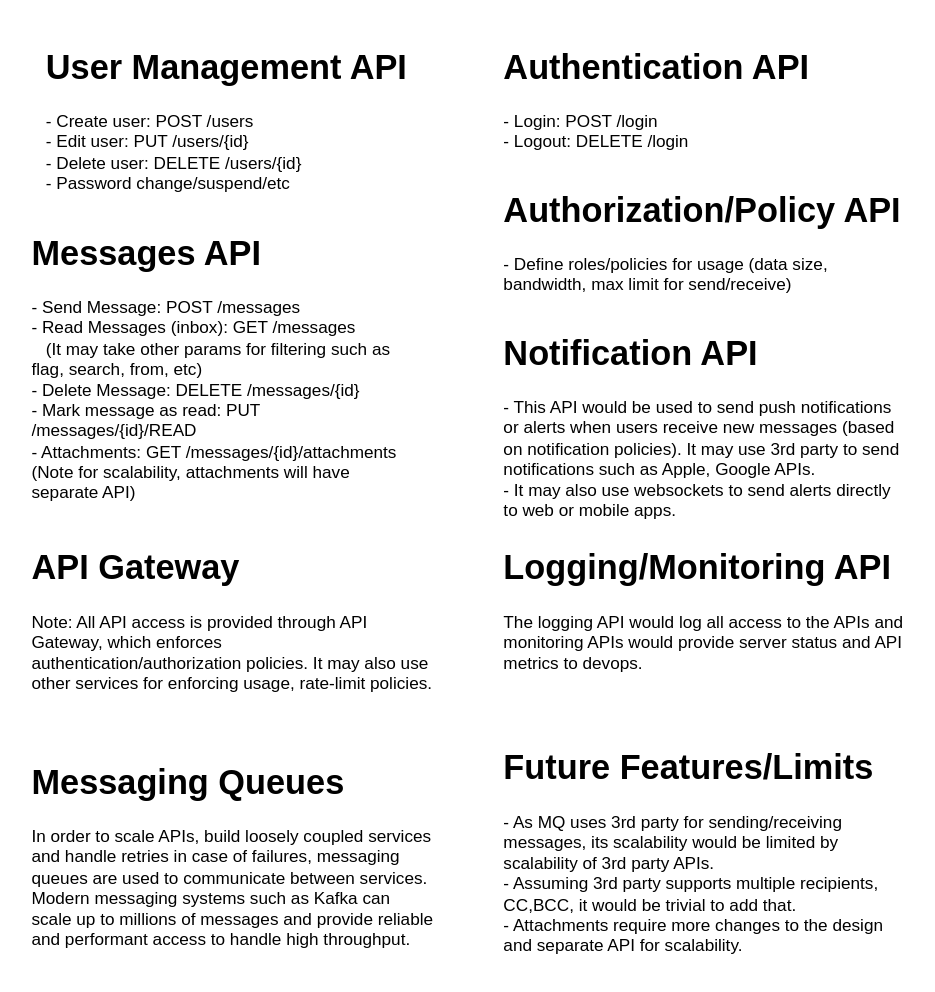
bhatti/Aeron keeps this draw.io diagram as page "API" (3 of 4) of MQ Mail.drawio. Above is the earlier version. Source tidied: cells renumbered, new cells numbered last; positions are measured from the earlier drawing's top-left corner, leaving out a move shared by most shapes. Both pictures are drawn from the tidied source at 143%, with x=0, y=0 at pixel (24, 39).
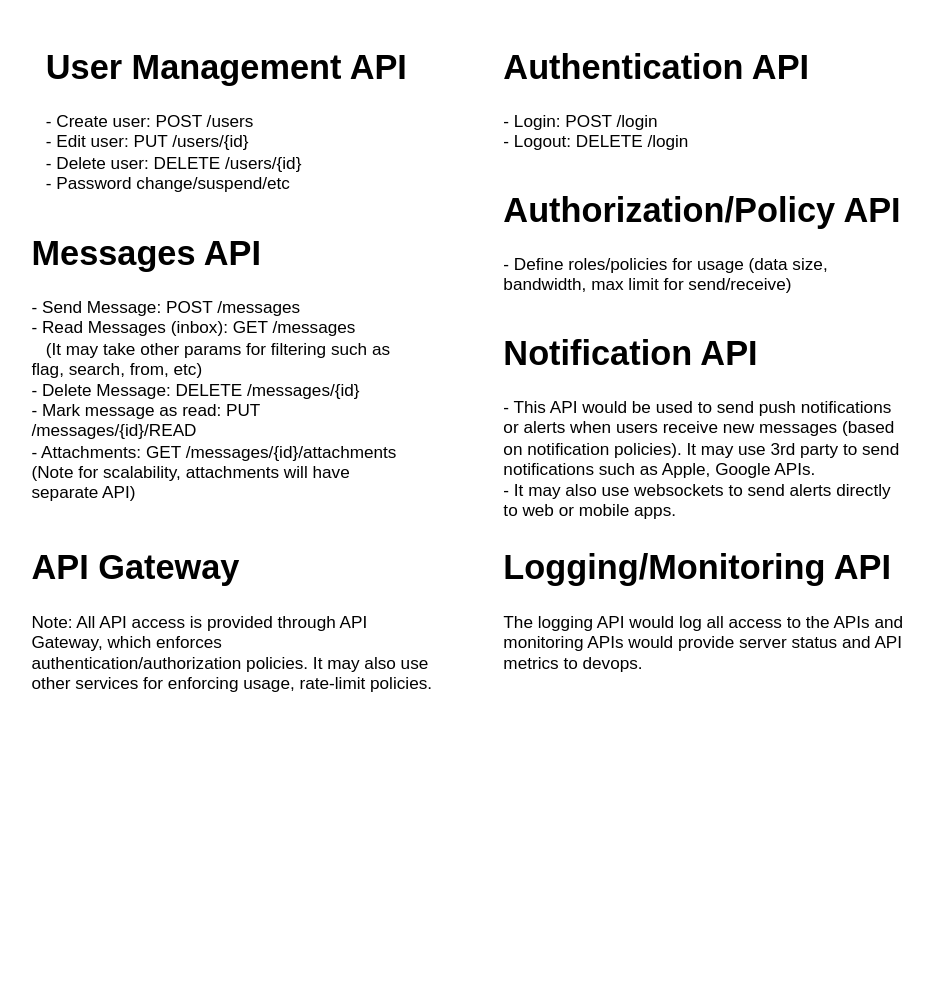
The same page after the edit.

Diff of the diagram source:
```diff
@@
 <mxGraphModel>
   <root>
     <mxCell id="0" />
     <mxCell id="1" parent="0" />
     <mxCell id="2" value="&lt;h1&gt;User Management API&lt;br&gt;&lt;/h1&gt;&lt;p&gt;- Create user: POST /users&lt;br&gt;- Edit user: PUT /users/{id}&lt;br&gt;- Delete user: DELETE /users/{id}&lt;br&gt;- Password change/suspend/etc&lt;br&gt;&lt;/p&gt;" style="text;html=1;strokeColor=none;fillColor=none;spacing=5;spacingTop=-20;whiteSpace=wrap;overflow=hidden;rounded=0;" parent="1" vertex="1">
       <mxGeometry x="10" width="270" height="120" as="geometry" />
     </mxCell>
     <mxCell id="3" value="&lt;h1&gt;Authentication API&lt;br&gt;&lt;/h1&gt;&lt;p&gt;- Login: POST /login&lt;br&gt;- Logout: DELETE /login&lt;br&gt;&lt;br&gt;&lt;/p&gt;" style="text;html=1;strokeColor=none;fillColor=none;spacing=5;spacingTop=-20;whiteSpace=wrap;overflow=hidden;rounded=0;" parent="1" vertex="1">
       <mxGeometry x="330" width="270" height="90" as="geometry" />
     </mxCell>
     <mxCell id="4" value="&lt;h1&gt;Messages API&lt;br&gt;&lt;/h1&gt;&lt;p&gt;- Send Message: POST /messages&lt;br&gt;- Read Messages (inbox): GET /messages&lt;br&gt;&amp;nbsp;&amp;nbsp; (It may take other params for filtering such as flag, search, from, etc)&lt;br&gt;- Delete Message: DELETE /messages/{id}&lt;br&gt;- Mark message as read: PUT /messages/{id}/READ&lt;br&gt;- Attachments: GET /messages/{id}/attachments&lt;br&gt;(Note for scalability, attachments will have separate API)&lt;br&gt;&lt;/p&gt;" style="text;html=1;strokeColor=none;fillColor=none;spacing=5;spacingTop=-20;whiteSpace=wrap;overflow=hidden;rounded=0;" parent="1" vertex="1">
       <mxGeometry y="130" width="270" height="210" as="geometry" />
     </mxCell>
     <mxCell id="5" value="&lt;h1&gt;Authorization/Policy API&lt;br&gt;&lt;/h1&gt;&lt;p&gt;- Define roles/policies for usage (data size, bandwidth, max limit for send/receive)&lt;br&gt;&lt;/p&gt;" style="text;html=1;strokeColor=none;fillColor=none;spacing=5;spacingTop=-20;whiteSpace=wrap;overflow=hidden;rounded=0;" parent="1" vertex="1">
       <mxGeometry x="330" y="100" width="290" height="90" as="geometry" />
     </mxCell>
     <mxCell id="6" value="&lt;h1&gt;Notification API&lt;br&gt;&lt;/h1&gt;- This API would be used to send push notifications or alerts when users receive new messages (based on notification policies). It may use 3rd party to send notifications such as Apple, Google APIs.&lt;br&gt;- It may also use websockets to send alerts directly to web or mobile apps." style="text;html=1;strokeColor=none;fillColor=none;spacing=5;spacingTop=-20;whiteSpace=wrap;overflow=hidden;rounded=0;" parent="1" vertex="1">
       <mxGeometry x="330" y="200" width="290" height="140" as="geometry" />
     </mxCell>
     <mxCell id="7" value="&lt;h1&gt;API Gateway&lt;br&gt;&lt;/h1&gt;Note: All API access is provided through API Gateway, which enforces authentication/authorization policies. It may also use other services for enforcing usage, rate-limit policies." style="text;html=1;strokeColor=none;fillColor=none;spacing=5;spacingTop=-20;whiteSpace=wrap;overflow=hidden;rounded=0;" parent="1" vertex="1">
       <mxGeometry y="350" width="290" height="140" as="geometry" />
     </mxCell>
     <mxCell id="8" value="&lt;h1&gt;Logging/Monitoring API&lt;br&gt;&lt;/h1&gt;The logging API would log all access to the APIs and monitoring APIs would provide server status and API metrics to devops." style="text;html=1;strokeColor=none;fillColor=none;spacing=5;spacingTop=-20;whiteSpace=wrap;overflow=hidden;rounded=0;" parent="1" vertex="1">
       <mxGeometry x="330" y="350" width="290" height="110" as="geometry" />
     </mxCell>
-    <mxCell id="9" value="&lt;h1&gt;Messaging Queues&lt;br&gt;&lt;/h1&gt;In order to scale APIs, build loosely coupled services and handle retries in case of failures, messaging queues are used to communicate between services. Modern messaging systems such as Kafka can scale up to millions of messages and provide reliable and performant access to handle high throughput." style="text;html=1;strokeColor=none;fillColor=none;spacing=5;spacingTop=-20;whiteSpace=wrap;overflow=hidden;rounded=0;" parent="1" vertex="1">
-      <mxGeometry y="500" width="290" height="140" as="geometry" />
-    </mxCell>
-    <mxCell id="10" value="&lt;h1&gt;Future Features/Limits&lt;br&gt;&lt;/h1&gt;- As MQ uses 3rd party for sending/receiving messages, its scalability would be limited by scalability of 3rd party APIs.&lt;br&gt;- Assuming 3rd party supports multiple recipients, CC,BCC, it would be trivial to add that.&lt;br&gt;- Attachments require more changes to the design and separate API for scalability." style="text;html=1;strokeColor=none;fillColor=none;spacing=5;spacingTop=-20;whiteSpace=wrap;overflow=hidden;rounded=0;" parent="1" vertex="1">
-      <mxGeometry x="330" y="490" width="290" height="160" as="geometry" />
-    </mxCell>
   </root>
 </mxGraphModel>
```
